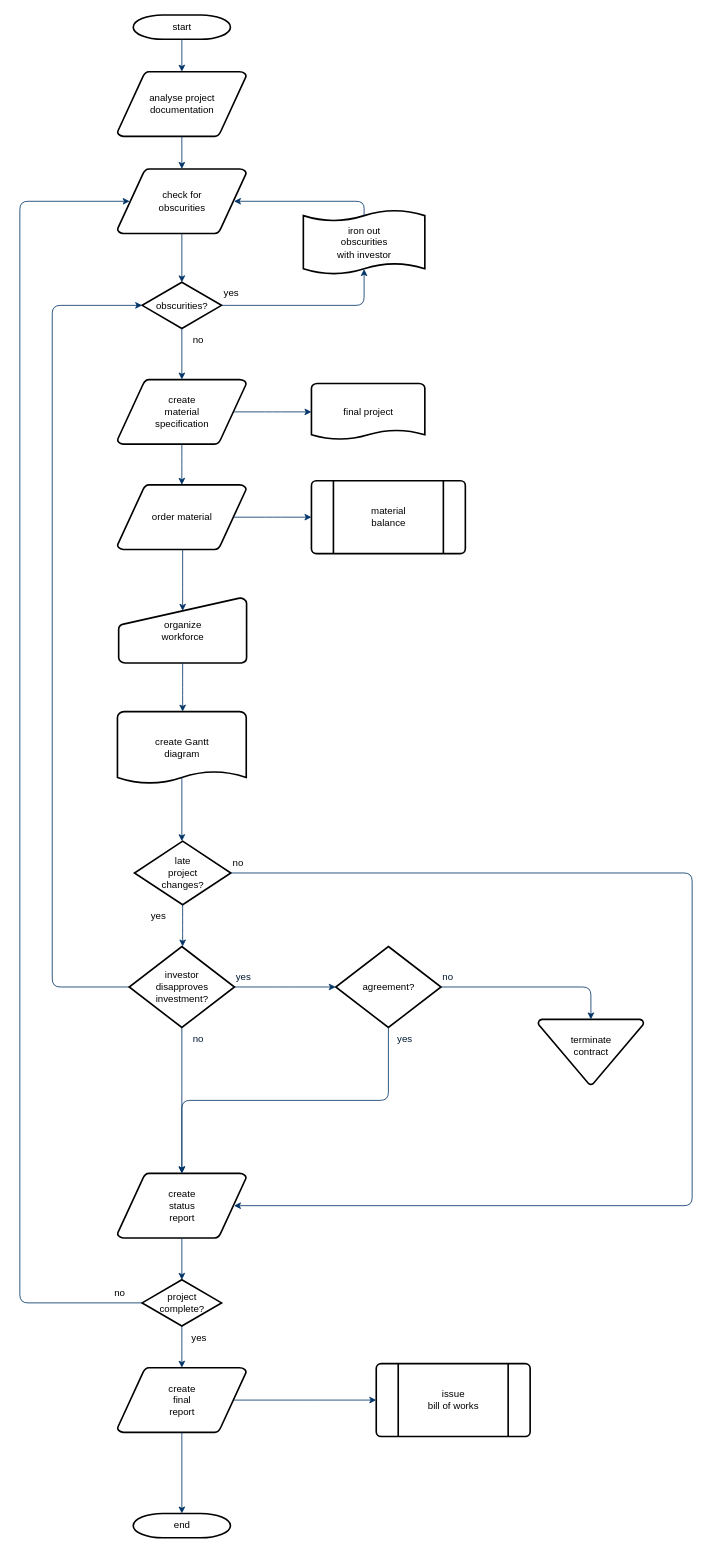
Above: Diagrama sem título.drawio in marcioamatte/vue-auth (draw.io), before the change. Source tidied: cells renumbered, new cells numbered last; positions are measured from the earlier drawing's top-left corner, leaving out a move shared by most shapes. Both pictures are drawn from the tidied source at 81%, with x=0, y=0 at pixel (19, 15).
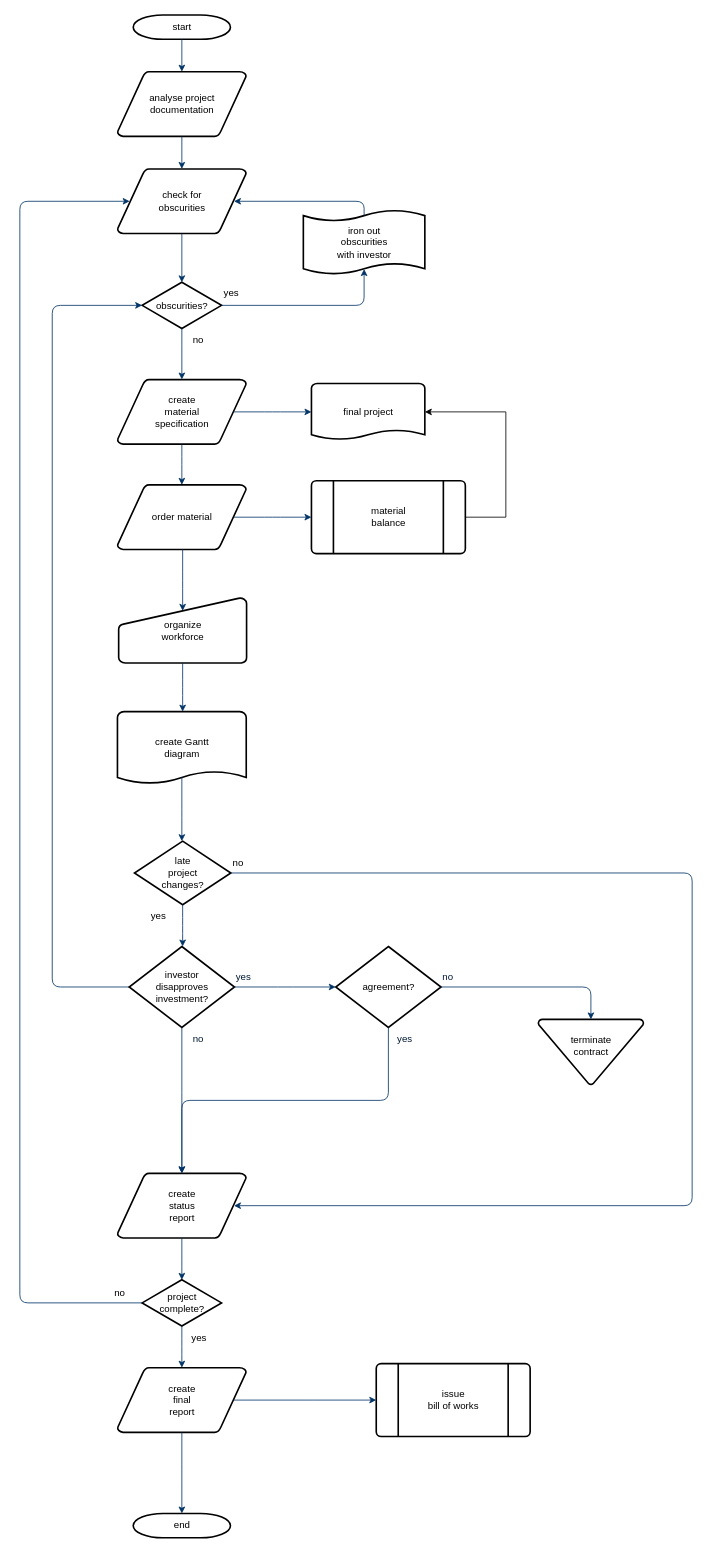
Above is the later version.

Unchanged cells that the change refers to:
```xml
<mxCell id="15" value="final project" style="shape=mxgraph.flowchart.document;strokeWidth=2;gradientColor=none;gradientDirection=north;fontStyle=0;html=1;" parent="1" vertex="1">
  <mxGeometry x="360" y="455" width="140" height="70" as="geometry" />
</mxCell>
<mxCell id="18" value="material&#10;balance" style="shape=mxgraph.flowchart.predefined_process;strokeWidth=2;gradientColor=none;gradientDirection=north;fontStyle=0;html=1;" parent="1" vertex="1">
  <mxGeometry x="360" y="575" width="190" height="90" as="geometry" />
</mxCell>
```

Diff of the diagram source:
```diff
@@
+    <mxCell id="56" style="edgeStyle=orthogonalEdgeStyle;rounded=0;jettySize=auto;html=1;" parent="1" edge="1" source="18" target="15">
+      <mxGeometry relative="1" as="geometry">
+        <Array as="points">
+          <mxPoint x="600" y="620" />
+          <mxPoint x="600" y="490" />
+        </Array>
+      </mxGeometry>
+    </mxCell>
```
